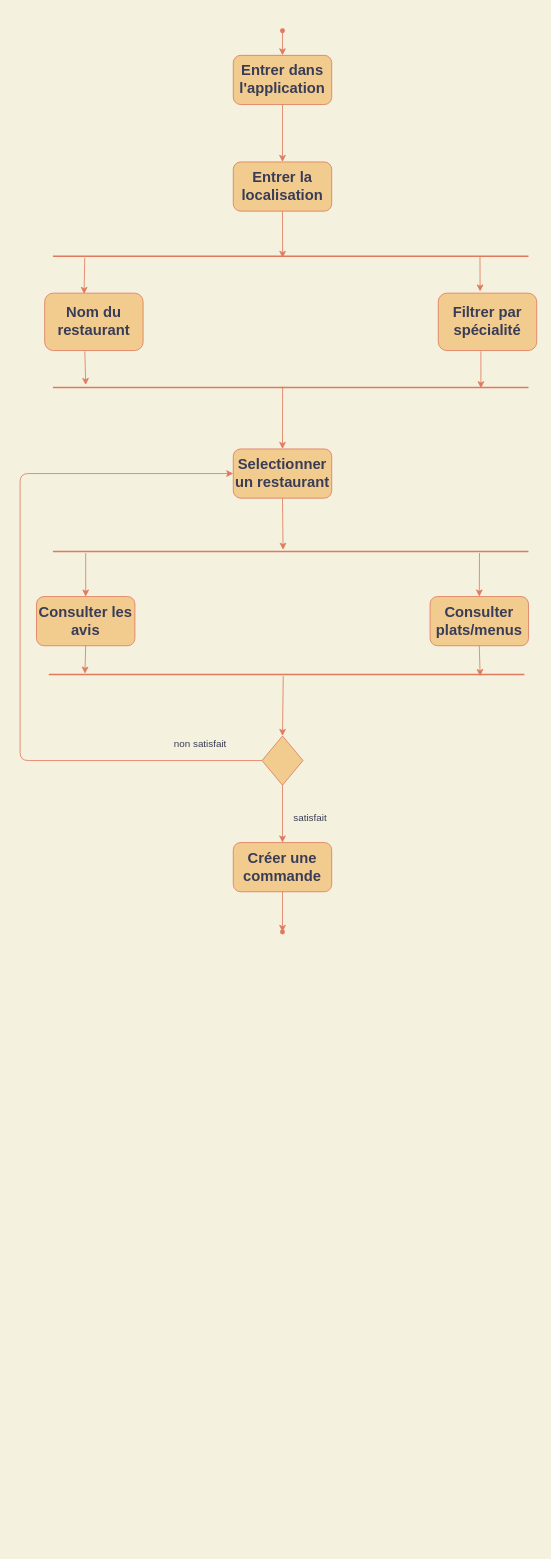
Earlier version of the draw.io diagram page "Page-1" (1 of 2) of diagramme_activite.drawio (TheAIWizard/Ensaeats). Source tidied: cells renumbered, new cells numbered last; positions are measured from the earlier drawing's top-left corner, leaving out a move shared by most shapes. Both pictures are drawn from the tidied source at 82%, with x=0, y=0 at pixel (20, 14).
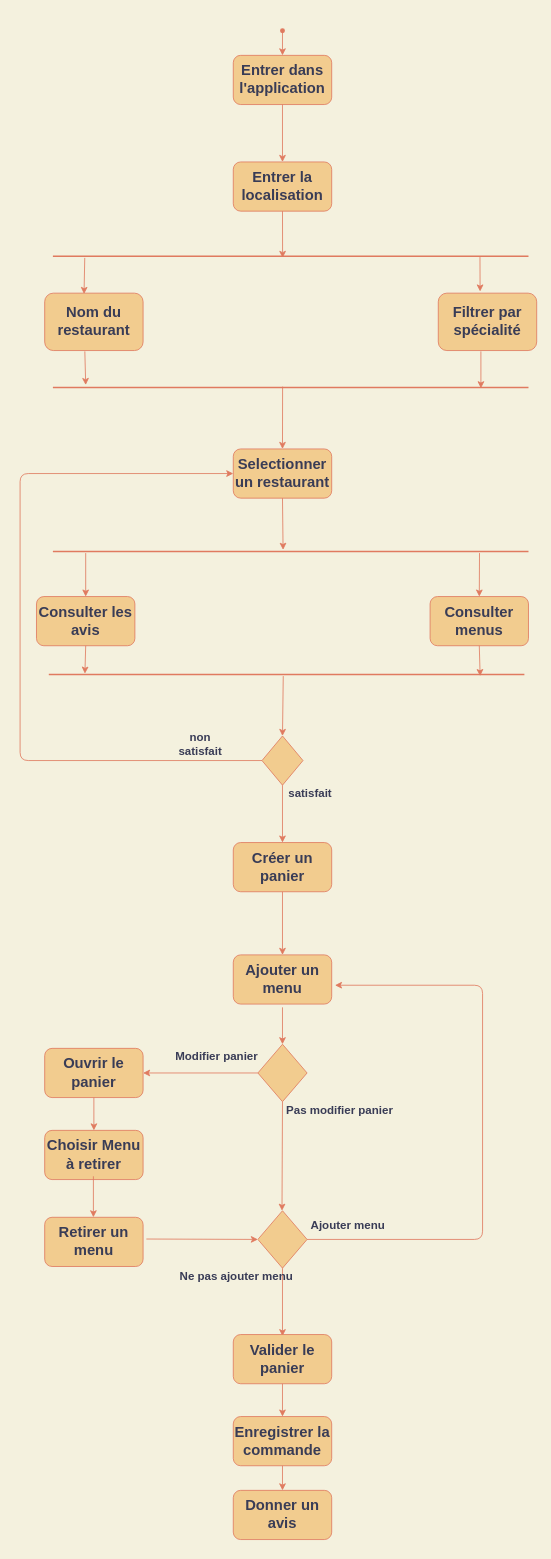
The same page after the edit.

The change refers to these unchanged cells:
```xml
<mxCell id="17" style="rhombus;whiteSpace=wrap;html=1;fillColor=#F2CC8F;strokeColor=#E07A5F;fontColor=#393C56;" parent="1" vertex="1">
  <mxGeometry x="295" y="880" width="50" height="60" as="geometry" />
</mxCell>
```

The edit, as a diff of the source:
```diff
@@
-    <mxCell id="11" value="&lt;h2&gt;&lt;span&gt;Consulter plats/menus&lt;/span&gt;&lt;/h2&gt;" style="rounded=1;whiteSpace=wrap;html=1;fillColor=#F2CC8F;strokeColor=#E07A5F;fontColor=#393C56;" parent="1" vertex="1">
+    <mxCell id="11" value="&lt;h2&gt;&lt;span&gt;Consulter menus&lt;/span&gt;&lt;/h2&gt;" style="rounded=1;whiteSpace=wrap;html=1;fillColor=#F2CC8F;strokeColor=#E07A5F;fontColor=#393C56;" parent="1" vertex="1">
       <mxGeometry x="500" y="710" width="120" height="60" as="geometry" />
     </mxCell>
-    <mxCell id="12" value="&lt;h2&gt;Créer une commande&lt;/h2&gt;" style="rounded=1;whiteSpace=wrap;html=1;fillColor=#F2CC8F;strokeColor=#E07A5F;fontColor=#393C56;" parent="1" vertex="1">
-      <mxGeometry x="260" y="1010" width="120" height="60" as="geometry" />
-    </mxCell>
@@
-    <mxCell id="14" value="non satisfait" style="text;html=1;strokeColor=none;fillColor=none;align=center;verticalAlign=middle;whiteSpace=wrap;rounded=0;fontColor=#393C56;" parent="1" vertex="1">
+    <mxCell id="14" value="&lt;font style=&quot;font-size: 14px&quot;&gt;&lt;b&gt;non satisfait&lt;/b&gt;&lt;/font&gt;" style="text;html=1;strokeColor=none;fillColor=none;align=center;verticalAlign=middle;whiteSpace=wrap;rounded=0;fontColor=#393C56;" parent="1" vertex="1">
       <mxGeometry x="180" y="880" width="80" height="20" as="geometry" />
     </mxCell>
-    <mxCell id="15" value="satisfait" style="text;html=1;strokeColor=none;fillColor=none;align=center;verticalAlign=middle;whiteSpace=wrap;rounded=0;strokeWidth=4;fontColor=#393C56;" parent="1" vertex="1">
-      <mxGeometry x="334" y="970" width="40" height="20" as="geometry" />
+    <mxCell id="15" value="satisfait" style="text;html=1;strokeColor=none;fillColor=none;align=center;verticalAlign=middle;whiteSpace=wrap;rounded=0;strokeWidth=4;fontColor=#393C56;fontSize=14;fontStyle=1;" parent="1" vertex="1">
+      <mxGeometry x="334" y="940" width="40" height="20" as="geometry" />
     </mxCell>
-    <mxCell id="16" style="shape=waypoint;sketch=0;fillStyle=solid;size=6;points=[];fillColor=none;perimeter=centerPerimeter;snapToPoint=1;strokeColor=#E07A5F;fontColor=#393C56;" parent="1" vertex="1">
-      <mxGeometry x="300" y="1099" width="40" height="40" as="geometry" />
-    </mxCell>
@@
-    <mxCell id="34" style="endArrow=classic;html=1;exitX=0.5;exitY=1;exitDx=0;exitDy=0;entryX=0.65;entryY=0.45;entryDx=0;entryDy=0;entryPerimeter=0;labelBackgroundColor=#F4F1DE;strokeColor=#E07A5F;fontColor=#393C56;" parent="1" edge="1" source="12" target="16">
-      <mxGeometry relative="1" as="geometry" />
-    </mxCell>
-    <mxCell id="35" style="endArrow=classic;html=1;entryX=0.5;entryY=0;entryDx=0;entryDy=0;exitX=0.5;exitY=1;exitDx=0;exitDy=0;labelBackgroundColor=#F4F1DE;strokeColor=#E07A5F;fontColor=#393C56;" parent="1" edge="1" source="17" target="12">
+    <mxCell id="35" style="endArrow=classic;html=1;entryX=0.5;entryY=0;entryDx=0;entryDy=0;exitX=0.5;exitY=1;exitDx=0;exitDy=0;labelBackgroundColor=#F4F1DE;strokeColor=#E07A5F;fontColor=#393C56;" parent="1" edge="1" source="17" target="36">
       <mxGeometry relative="1" as="geometry" />
     </mxCell>
+    <mxCell id="36" value="&lt;h2&gt;Créer un panier&lt;/h2&gt;" style="rounded=1;whiteSpace=wrap;html=1;sketch=0;fontColor=#393C56;strokeColor=#E07A5F;fillColor=#F2CC8F;" parent="1" vertex="1">
+      <mxGeometry x="260" y="1010" width="120" height="60" as="geometry" />
+    </mxCell>
+    <mxCell id="37" value="&lt;h2&gt;Ajouter un menu&lt;/h2&gt;" style="rounded=1;whiteSpace=wrap;html=1;sketch=0;fontColor=#393C56;strokeColor=#E07A5F;fillColor=#F2CC8F;" parent="1" vertex="1">
+      <mxGeometry x="260" y="1147" width="120" height="60" as="geometry" />
+    </mxCell>
+    <mxCell id="38" style="endArrow=classic;html=1;exitX=0.5;exitY=1;exitDx=0;exitDy=0;labelBackgroundColor=#F4F1DE;strokeColor=#E07A5F;fontColor=#393C56;entryX=0.5;entryY=0;entryDx=0;entryDy=0;" parent="1" edge="1" source="36" target="37">
+      <mxGeometry relative="1" as="geometry" />
+    </mxCell>
+    <mxCell id="39" value="&lt;h2&gt;Ouvrir le panier&lt;/h2&gt;" style="rounded=1;whiteSpace=wrap;html=1;sketch=0;fontColor=#393C56;strokeColor=#E07A5F;fillColor=#F2CC8F;" parent="1" vertex="1">
+      <mxGeometry x="30" y="1261" width="120" height="60" as="geometry" />
+    </mxCell>
+    <mxCell id="40" style="endArrow=classic;html=1;fontColor=#393C56;strokeColor=#E07A5F;fillColor=#F2CC8F;exitX=0;exitY=0.5;exitDx=0;exitDy=0;entryX=1;entryY=0.5;entryDx=0;entryDy=0;labelBackgroundColor=#F4F1DE;exitPerimeter=0;" parent="1" edge="1" source="51" target="39">
+      <mxGeometry relative="1" as="geometry" />
+    </mxCell>
+    <mxCell id="41" value="&lt;h3&gt;Modifier panier&lt;/h3&gt;" style="text;html=1;align=center;verticalAlign=middle;whiteSpace=wrap;rounded=0;sketch=0;fontColor=#393C56;" parent="1" vertex="1">
+      <mxGeometry x="185" y="1261" width="110" height="20" as="geometry" />
+    </mxCell>
+    <mxCell id="42" style="endArrow=classic;html=1;fontColor=#393C56;strokeColor=#E07A5F;fillColor=#F2CC8F;exitX=0.5;exitY=1;exitDx=0;exitDy=0;entryX=0.5;entryY=0;entryDx=0;entryDy=0;labelBackgroundColor=#F4F1DE;" parent="1" edge="1" target="51">
+      <mxGeometry relative="1" as="geometry">
+        <mxPoint x="320" y="1211" as="sourcePoint" />
+      </mxGeometry>
+    </mxCell>
+    <mxCell id="43" value="&lt;h2&gt;Choisir Menu à retirer&lt;/h2&gt;" style="rounded=1;whiteSpace=wrap;html=1;sketch=0;fontColor=#393C56;strokeColor=#E07A5F;fillColor=#F2CC8F;" parent="1" vertex="1">
+      <mxGeometry x="30" y="1361" width="120" height="60" as="geometry" />
+    </mxCell>
+    <mxCell id="44" value="&lt;h2&gt;Retirer un menu&lt;/h2&gt;" style="rounded=1;whiteSpace=wrap;html=1;sketch=0;fontColor=#393C56;strokeColor=#E07A5F;fillColor=#F2CC8F;" parent="1" vertex="1">
+      <mxGeometry x="30" y="1467" width="120" height="60" as="geometry" />
+    </mxCell>
+    <mxCell id="45" style="endArrow=classic;html=1;fontColor=#393C56;strokeColor=#E07A5F;fillColor=#F2CC8F;exitX=0.5;exitY=1;exitDx=0;exitDy=0;entryX=0.5;entryY=0;entryDx=0;entryDy=0;labelBackgroundColor=#F4F1DE;" parent="1" edge="1" target="43">
+      <mxGeometry relative="1" as="geometry">
+        <mxPoint x="90" y="1321" as="sourcePoint" />
+      </mxGeometry>
+    </mxCell>
+    <mxCell id="46" style="endArrow=classic;html=1;fontColor=#393C56;strokeColor=#E07A5F;fillColor=#F2CC8F;exitX=0.5;exitY=1;exitDx=0;exitDy=0;entryX=0.5;entryY=0;entryDx=0;entryDy=0;labelBackgroundColor=#F4F1DE;" parent="1" edge="1">
+      <mxGeometry relative="1" as="geometry">
+        <mxPoint x="89.4" y="1417" as="sourcePoint" />
+        <mxPoint x="89.4" y="1467" as="targetPoint" />
+      </mxGeometry>
+    </mxCell>
+    <mxCell id="47" style="rhombus;whiteSpace=wrap;html=1;rounded=0;sketch=0;fontColor=#393C56;strokeColor=#E07A5F;fillColor=#F2CC8F;" parent="1" vertex="1">
+      <mxGeometry x="290" y="1459" width="60" height="70" as="geometry" />
+    </mxCell>
+    <mxCell id="48" style="edgeStyle=elbowEdgeStyle;elbow=horizontal;endArrow=classic;html=1;fontColor=#393C56;strokeColor=#E07A5F;fillColor=#F2CC8F;exitX=1;exitY=0.5;exitDx=0;exitDy=0;entryX=1;entryY=0.5;entryDx=0;entryDy=0;labelBackgroundColor=#F4F1DE;" parent="1" edge="1" source="47">
+      <mxGeometry relative="1" as="geometry">
+        <mxPoint x="384" y="1184" as="targetPoint" />
+        <Array as="points">
+          <mxPoint x="564" y="1564" />
+        </Array>
+      </mxGeometry>
+    </mxCell>
+    <mxCell id="49" style="endArrow=classic;html=1;fontColor=#393C56;strokeColor=#E07A5F;fillColor=#F2CC8F;exitX=1;exitY=0.5;exitDx=0;exitDy=0;entryX=0;entryY=0.5;entryDx=0;entryDy=0;labelBackgroundColor=#F4F1DE;" parent="1" edge="1" target="47">
+      <mxGeometry relative="1" as="geometry">
+        <mxPoint x="154" y="1493.5" as="sourcePoint" />
+      </mxGeometry>
+    </mxCell>
+    <mxCell id="50" style="endArrow=classic;html=1;fontColor=#393C56;strokeColor=#E07A5F;fillColor=#F2CC8F;exitX=0.5;exitY=1;exitDx=0;exitDy=0;labelBackgroundColor=#F4F1DE;" parent="1" edge="1" source="47">
+      <mxGeometry relative="1" as="geometry">
+        <mxPoint x="320" y="1612" as="targetPoint" />
+      </mxGeometry>
+    </mxCell>
+    <mxCell id="51" style="rhombus;whiteSpace=wrap;html=1;rounded=0;sketch=0;fontColor=#393C56;strokeColor=#E07A5F;fillColor=#F2CC8F;" parent="1" vertex="1">
+      <mxGeometry x="290" y="1256" width="60" height="70" as="geometry" />
+    </mxCell>
+    <mxCell id="52" style="endArrow=classic;html=1;fontColor=#393C56;strokeColor=#E07A5F;fillColor=#F2CC8F;exitX=0.5;exitY=1;exitDx=0;exitDy=0;labelBackgroundColor=#F4F1DE;" parent="1" edge="1" source="51">
+      <mxGeometry relative="1" as="geometry">
+        <mxPoint x="319.4" y="1459" as="targetPoint" />
+      </mxGeometry>
+    </mxCell>
+    <mxCell id="53" value="&lt;h3&gt;Ajouter menu&lt;/h3&gt;" style="text;html=1;align=center;verticalAlign=middle;whiteSpace=wrap;rounded=0;sketch=0;fontColor=#393C56;" parent="1" vertex="1">
+      <mxGeometry x="330" y="1467" width="140" height="20" as="geometry" />
+    </mxCell>
+    <mxCell id="54" value="&lt;h3&gt;Ne pas ajouter menu&lt;/h3&gt;" style="text;html=1;align=center;verticalAlign=middle;whiteSpace=wrap;rounded=0;sketch=0;fontColor=#393C56;" parent="1" vertex="1">
+      <mxGeometry x="194" y="1529" width="140" height="20" as="geometry" />
+    </mxCell>
+    <mxCell id="55" value="&lt;h3&gt;Pas modifier panier&lt;/h3&gt;" style="text;html=1;align=center;verticalAlign=middle;whiteSpace=wrap;rounded=0;sketch=0;fontColor=#393C56;" parent="1" vertex="1">
+      <mxGeometry x="320" y="1326" width="140" height="20" as="geometry" />
+    </mxCell>
+    <mxCell id="56" value="&lt;h2&gt;Enregistrer la commande&lt;/h2&gt;" style="rounded=1;whiteSpace=wrap;html=1;sketch=0;fontColor=#393C56;strokeColor=#E07A5F;fillColor=#F2CC8F;" parent="1" vertex="1">
+      <mxGeometry x="260" y="1710" width="120" height="60" as="geometry" />
+    </mxCell>
+    <mxCell id="57" value="&lt;h2&gt;Valider le panier&lt;/h2&gt;" style="rounded=1;whiteSpace=wrap;html=1;sketch=0;fontColor=#393C56;strokeColor=#E07A5F;fillColor=#F2CC8F;" parent="1" vertex="1">
+      <mxGeometry x="260" y="1610" width="120" height="60" as="geometry" />
+    </mxCell>
+    <mxCell id="58" value="&lt;h2&gt;Donner un avis&lt;/h2&gt;" style="rounded=1;whiteSpace=wrap;html=1;sketch=0;fontColor=#393C56;strokeColor=#E07A5F;fillColor=#F2CC8F;" parent="1" vertex="1">
+      <mxGeometry x="260" y="1800" width="120" height="60" as="geometry" />
+    </mxCell>
+    <mxCell id="59" style="endArrow=classic;html=1;fontColor=#393C56;strokeColor=#E07A5F;fillColor=#F2CC8F;exitX=0.5;exitY=1;exitDx=0;exitDy=0;entryX=0.5;entryY=0;entryDx=0;entryDy=0;labelBackgroundColor=#F4F1DE;" parent="1" edge="1" source="57" target="56">
+      <mxGeometry relative="1" as="geometry" />
+    </mxCell>
+    <mxCell id="60" style="endArrow=classic;html=1;fontColor=#393C56;strokeColor=#E07A5F;fillColor=#F2CC8F;exitX=0.5;exitY=1;exitDx=0;exitDy=0;entryX=0.5;entryY=0;entryDx=0;entryDy=0;labelBackgroundColor=#F4F1DE;" parent="1" edge="1" source="56" target="58">
+      <mxGeometry relative="1" as="geometry" />
+    </mxCell>
```
